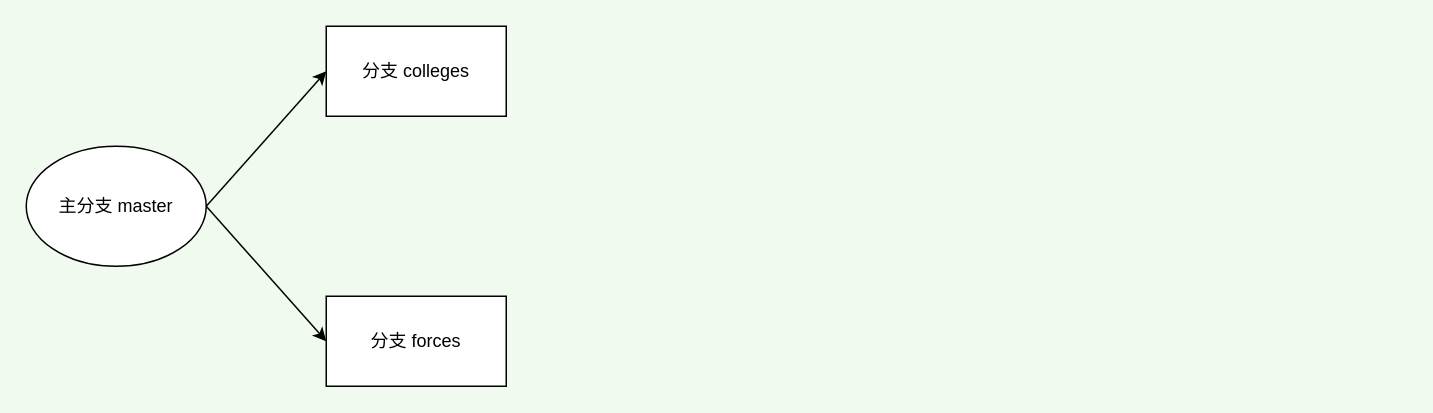
The draw.io diagram 分支使用场景1.drawio in Cy-Draw/Flowchart, before the edit. Source tidied: cells renumbered, new cells numbered last; positions are measured from the earlier drawing's top-left corner, leaving out a move shared by most shapes. Both pictures are drawn from the tidied source at 150%, with x=0, y=0 at pixel (26, 26).
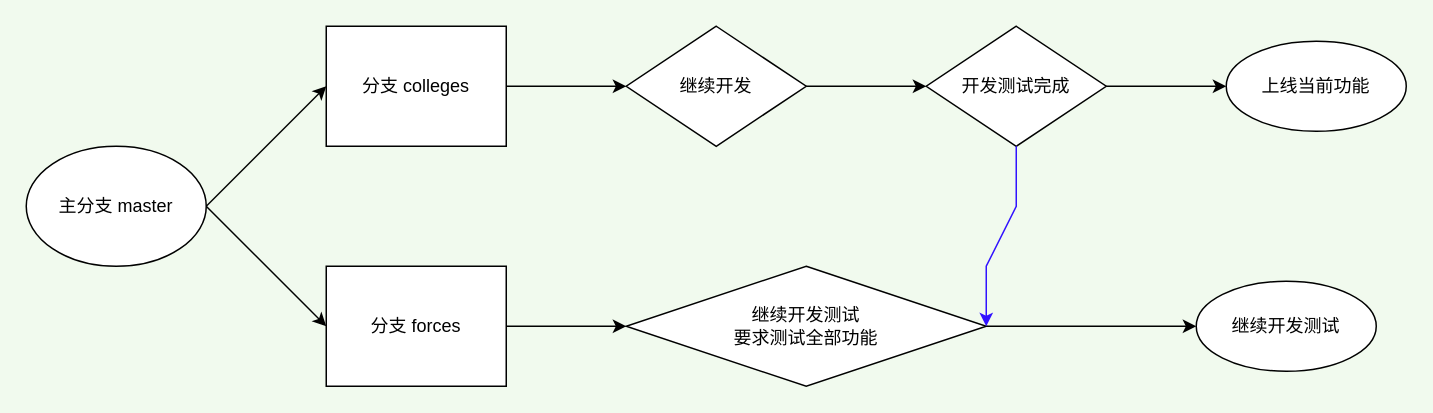
The same diagram, later.

Commit message:
更新分支使用场景1.drawio

Diff of the diagram source:
```diff
@@
+    <mxCell id="7" style="edgeStyle=orthogonalEdgeStyle;rounded=0;jettySize=auto;html=1;" parent="1" edge="1" source="3" target="10">
+      <mxGeometry relative="1" as="geometry" />
+    </mxCell>
     <mxCell id="3" value="分支 colleges" style="rounded=0;whiteSpace=wrap;html=1;" parent="1" vertex="1">
-      <mxGeometry x="200" width="120" height="60" as="geometry" />
+      <mxGeometry x="200" width="120" height="80" as="geometry" />
     </mxCell>
+    <mxCell id="8" style="edgeStyle=orthogonalEdgeStyle;rounded=0;jettySize=auto;html=1;" parent="1" edge="1" source="4" target="14">
+      <mxGeometry relative="1" as="geometry" />
+    </mxCell>
     <mxCell id="4" value="分支&amp;nbsp;forces" style="rounded=0;whiteSpace=wrap;html=1;" parent="1" vertex="1">
-      <mxGeometry x="200" y="180" width="120" height="60" as="geometry" />
+      <mxGeometry x="200" y="160" width="120" height="80" as="geometry" />
     </mxCell>
@@
+    <mxCell id="9" style="edgeStyle=orthogonalEdgeStyle;rounded=0;jettySize=auto;html=1;" parent="1" edge="1" source="10" target="12">
+      <mxGeometry relative="1" as="geometry" />
+    </mxCell>
+    <mxCell id="10" value="继续开发" style="rhombus;whiteSpace=wrap;html=1;rounded=0;" parent="1" vertex="1">
+      <mxGeometry x="400" width="120" height="80" as="geometry" />
+    </mxCell>
+    <mxCell id="11" style="edgeStyle=orthogonalEdgeStyle;rounded=0;jettySize=auto;html=1;" parent="1" edge="1" source="12" target="15">
+      <mxGeometry relative="1" as="geometry" />
+    </mxCell>
+    <mxCell id="12" value="开发测试完成" style="rhombus;whiteSpace=wrap;html=1;rounded=0;" parent="1" vertex="1">
+      <mxGeometry x="600" width="120" height="80" as="geometry" />
+    </mxCell>
+    <mxCell id="13" style="edgeStyle=orthogonalEdgeStyle;rounded=0;jettySize=auto;html=1;strokeColor=#000000;" parent="1" edge="1" source="14" target="17">
+      <mxGeometry relative="1" as="geometry" />
+    </mxCell>
+    <mxCell id="14" value="继续开发测试&lt;br&gt;要求测试全部功能" style="rhombus;whiteSpace=wrap;html=1;rounded=0;" parent="1" vertex="1">
+      <mxGeometry x="400" y="160" width="240" height="80" as="geometry" />
+    </mxCell>
+    <mxCell id="15" value="上线当前功能" style="ellipse;whiteSpace=wrap;html=1;rounded=0;" parent="1" vertex="1">
+      <mxGeometry x="800" y="10" width="120" height="60" as="geometry" />
+    </mxCell>
+    <mxCell id="16" style="endArrow=classic;html=1;rounded=0;exitX=0.5;exitY=1;exitDx=0;exitDy=0;strokeColor=#3112FF;" parent="1" edge="1" source="12">
+      <mxGeometry relative="1" as="geometry">
+        <mxPoint x="640" y="200" as="targetPoint" />
+        <Array as="points">
+          <mxPoint x="660" y="120" />
+          <mxPoint x="640" y="160" />
+        </Array>
+      </mxGeometry>
+    </mxCell>
+    <mxCell id="17" value="继续开发测试" style="ellipse;whiteSpace=wrap;html=1;rounded=0;" parent="1" vertex="1">
+      <mxGeometry x="780" y="170" width="120" height="60" as="geometry" />
+    </mxCell>
```
